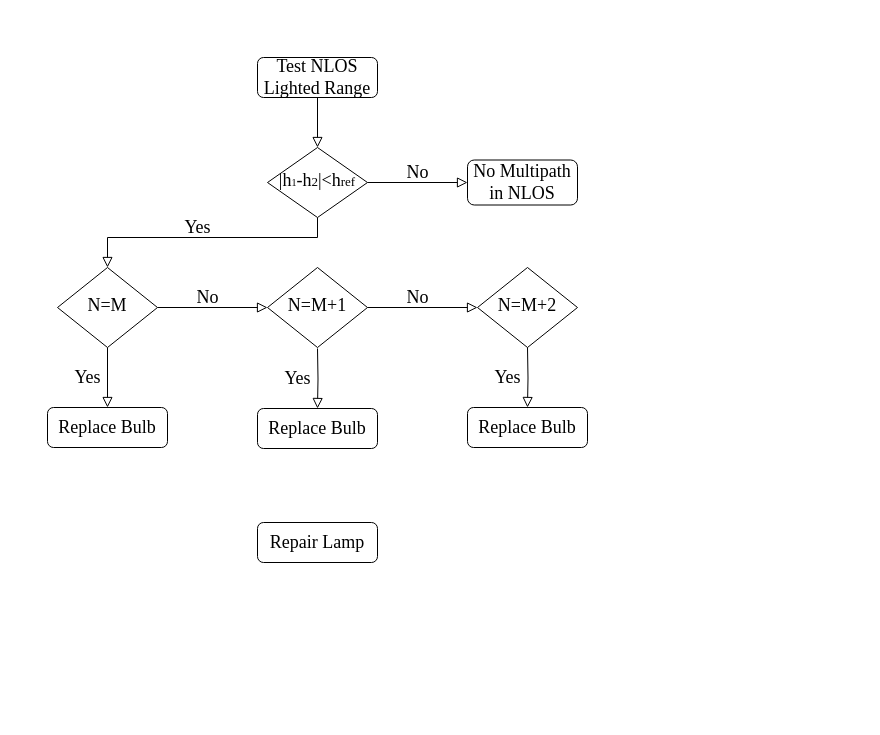
The draw.io diagram img/flowchart_for_nlos.drawio in LINYQ0591/LINYQ0591.github.io, before the edit. Source tidied: cells renumbered, new cells numbered last; positions are measured from the earlier drawing's top-left corner, leaving out a move shared by most shapes. Both pictures are drawn from the tidied source at 100%, with x=0, y=0 at pixel (47, 57).
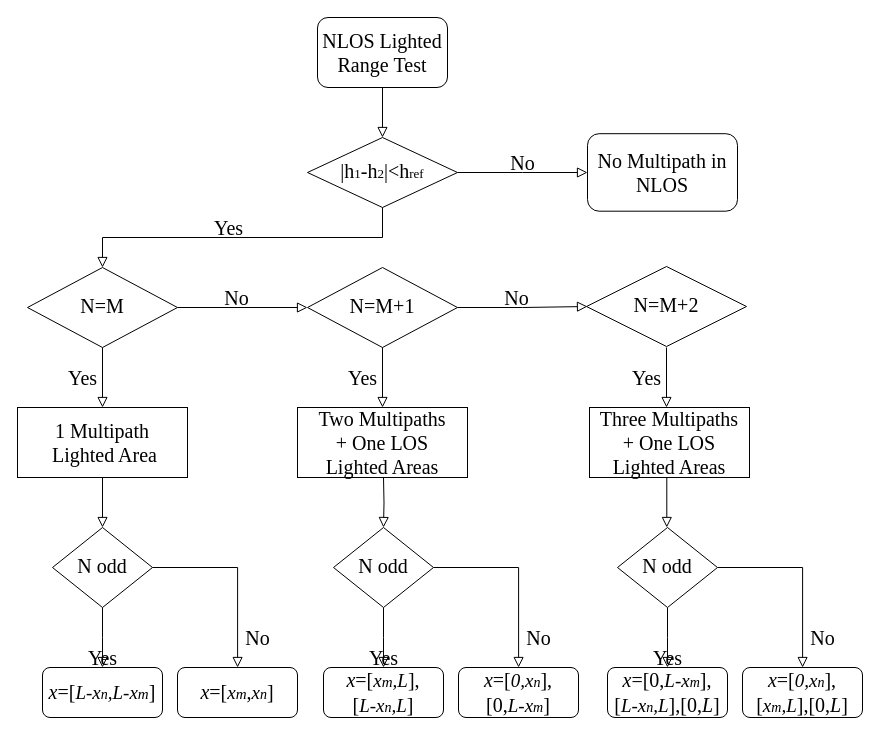
The same diagram, later.

The edit, as a diff of the source:
```diff
@@
-    <mxCell id="2" style="rounded=0;html=1;jettySize=auto;fontSize=11;endArrow=block;endFill=0;endSize=8;strokeWidth=1;shadow=0;labelBackgroundColor=none;edgeStyle=orthogonalEdgeStyle;" parent="1" edge="1" source="3" target="6">
+    <mxCell id="2" style="rounded=0;html=1;jettySize=auto;fontSize=20;endArrow=block;endFill=0;endSize=8;strokeWidth=1;shadow=0;labelBackgroundColor=none;edgeStyle=orthogonalEdgeStyle;" parent="1" edge="1" source="3" target="6">
       <mxGeometry relative="1" as="geometry" />
     </mxCell>
-    <mxCell id="3" value="&lt;font face=&quot;Times New Roman&quot; style=&quot;font-size: 18px;&quot;&gt;Test NLOS Lighted Range&lt;/font&gt;" style="rounded=1;whiteSpace=wrap;html=1;fontSize=12;glass=0;strokeWidth=1;shadow=0;" parent="1" vertex="1">
-      <mxGeometry x="210" width="120" height="40" as="geometry" />
+    <mxCell id="3" value="&lt;font face=&quot;Times New Roman&quot; style=&quot;font-size: 20px;&quot;&gt;NLOS Lighted Range&amp;nbsp;&lt;/font&gt;&lt;span style=&quot;font-family: &amp;quot;Times New Roman&amp;quot;;&quot;&gt;Test&lt;/span&gt;" style="rounded=1;whiteSpace=wrap;html=1;fontSize=20;glass=0;strokeWidth=1;shadow=0;" parent="1" vertex="1">
+      <mxGeometry x="270" y="-40" width="130" height="70" as="geometry" />
     </mxCell>
-    <mxCell id="4" value="No" style="edgeStyle=orthogonalEdgeStyle;rounded=0;html=1;jettySize=auto;fontSize=18;endArrow=block;endFill=0;endSize=8;strokeWidth=1;shadow=0;labelBackgroundColor=none;fontFamily=Times New Roman;" parent="1" edge="1" source="6" target="7">
+    <mxCell id="4" value="No" style="edgeStyle=orthogonalEdgeStyle;rounded=0;html=1;jettySize=auto;fontSize=20;endArrow=block;endFill=0;endSize=8;strokeWidth=1;shadow=0;labelBackgroundColor=none;fontFamily=Times New Roman;" parent="1" edge="1" source="6" target="7">
       <mxGeometry y="10" relative="1" as="geometry" />
     </mxCell>
-    <mxCell id="5" value="Yes" style="rounded=0;jettySize=auto;fontSize=18;endArrow=block;endFill=0;endSize=8;strokeWidth=1;shadow=0;labelBackgroundColor=none;edgeStyle=orthogonalEdgeStyle;fontFamily=Times New Roman;html=1;verticalAlign=middle;horizontal=1;" parent="1" edge="1" source="6" target="10">
+    <mxCell id="5" value="Yes" style="rounded=0;jettySize=auto;fontSize=20;endArrow=block;endFill=0;endSize=8;strokeWidth=1;shadow=0;labelBackgroundColor=none;edgeStyle=orthogonalEdgeStyle;fontFamily=Times New Roman;html=1;verticalAlign=middle;horizontal=1;entryX=0.5;entryY=0;entryDx=0;entryDy=0;" parent="1" edge="1" source="6" target="10">
       <mxGeometry x="0.08" y="-10" relative="1" as="geometry">
         <Array as="points">
-          <mxPoint x="270" y="180" />
-          <mxPoint x="60" y="180" />
+          <mxPoint x="335" y="180" />
+          <mxPoint x="55" y="180" />
         </Array>
       </mxGeometry>
     </mxCell>
-    <mxCell id="6" value="&lt;span style=&quot;font-family: &amp;quot;Times New Roman&amp;quot;; font-size: 18px;&quot;&gt;|h&lt;/span&gt;&lt;span style=&quot;font-family: &amp;quot;Times New Roman&amp;quot;;&quot;&gt;&lt;font size=&quot;1&quot;&gt;1&lt;/font&gt;&lt;/span&gt;&lt;span style=&quot;font-family: &amp;quot;Times New Roman&amp;quot;; font-size: 18px;&quot;&gt;-h&lt;/span&gt;&lt;span style=&quot;font-family: &amp;quot;Times New Roman&amp;quot;;&quot;&gt;&lt;font style=&quot;font-size: 13px;&quot;&gt;2&lt;/font&gt;&lt;/span&gt;&lt;span style=&quot;font-family: &amp;quot;Times New Roman&amp;quot;; font-size: 18px;&quot;&gt;|&amp;lt;h&lt;/span&gt;&lt;span style=&quot;font-family: &amp;quot;Times New Roman&amp;quot;;&quot;&gt;&lt;font style=&quot;font-size: 13px;&quot;&gt;ref&lt;/font&gt;&lt;/span&gt;" style="rhombus;whiteSpace=wrap;html=1;shadow=0;fontFamily=Helvetica;fontSize=12;align=center;strokeWidth=1;spacing=6;spacingTop=-4;" parent="1" vertex="1">
-      <mxGeometry x="220" y="90" width="100" height="70" as="geometry" />
+    <mxCell id="6" value="&lt;font style=&quot;&quot;&gt;&lt;span style=&quot;font-size: 20px; font-family: &amp;quot;Times New Roman&amp;quot;;&quot;&gt;|h&lt;/span&gt;&lt;span style=&quot;font-family: &amp;quot;Times New Roman&amp;quot;;&quot;&gt;&lt;font style=&quot;font-size: 13px;&quot;&gt;1&lt;/font&gt;&lt;/span&gt;&lt;span style=&quot;font-size: 20px; font-family: &amp;quot;Times New Roman&amp;quot;;&quot;&gt;-h&lt;/span&gt;&lt;span style=&quot;font-family: &amp;quot;Times New Roman&amp;quot;;&quot;&gt;&lt;font style=&quot;font-size: 13px;&quot;&gt;2&lt;/font&gt;&lt;/span&gt;&lt;span style=&quot;font-size: 20px; font-family: &amp;quot;Times New Roman&amp;quot;;&quot;&gt;|&amp;lt;h&lt;/span&gt;&lt;span style=&quot;font-family: &amp;quot;Times New Roman&amp;quot;;&quot;&gt;&lt;font style=&quot;font-size: 13px;&quot;&gt;ref&lt;/font&gt;&lt;/span&gt;&lt;/font&gt;" style="rhombus;whiteSpace=wrap;html=1;shadow=0;fontFamily=Helvetica;fontSize=12;align=center;strokeWidth=1;spacing=6;spacingTop=-4;" parent="1" vertex="1">
+      <mxGeometry x="260" y="80" width="150" height="70" as="geometry" />
     </mxCell>
-    <mxCell id="7" value="&lt;span style=&quot;font-family: &amp;quot;Times New Roman&amp;quot;; font-size: 18px;&quot;&gt;No Multipath in NLOS&lt;/span&gt;" style="rounded=1;whiteSpace=wrap;html=1;fontSize=12;glass=0;strokeWidth=1;shadow=0;" parent="1" vertex="1">
-      <mxGeometry x="420" y="102.5" width="110" height="45" as="geometry" />
+    <mxCell id="7" value="&lt;span style=&quot;font-family: &amp;quot;Times New Roman&amp;quot;; font-size: 20px;&quot;&gt;No Multipath in NLOS&lt;/span&gt;" style="rounded=1;whiteSpace=wrap;html=1;fontSize=20;glass=0;strokeWidth=1;shadow=0;" parent="1" vertex="1">
+      <mxGeometry x="540" y="76.2" width="150" height="77.5" as="geometry" />
     </mxCell>
-    <mxCell id="8" value="No" style="rounded=0;html=1;jettySize=auto;fontSize=18;endArrow=block;endFill=0;endSize=8;strokeWidth=1;shadow=0;labelBackgroundColor=none;edgeStyle=orthogonalEdgeStyle;fontFamily=Times New Roman;entryX=0;entryY=0.5;entryDx=0;entryDy=0;" parent="1" edge="1" source="10" target="13">
+    <mxCell id="8" value="No" style="rounded=0;html=1;jettySize=auto;fontSize=20;endArrow=block;endFill=0;endSize=8;strokeWidth=1;shadow=0;labelBackgroundColor=none;edgeStyle=orthogonalEdgeStyle;fontFamily=Times New Roman;entryX=0;entryY=0.5;entryDx=0;entryDy=0;" parent="1" edge="1" source="10" target="13">
       <mxGeometry x="-0.09" y="10" relative="1" as="geometry" />
     </mxCell>
-    <mxCell id="9" value="Yes" style="edgeStyle=orthogonalEdgeStyle;rounded=0;html=1;jettySize=auto;fontSize=18;endArrow=block;endFill=0;endSize=8;strokeWidth=1;shadow=0;labelBackgroundColor=none;fontFamily=Times New Roman;" parent="1" edge="1" source="10" target="12">
+    <mxCell id="9" value="Yes" style="edgeStyle=orthogonalEdgeStyle;rounded=0;html=1;jettySize=auto;fontSize=20;endArrow=block;endFill=0;endSize=8;strokeWidth=1;shadow=0;labelBackgroundColor=none;fontFamily=Times New Roman;entryX=0.5;entryY=0;entryDx=0;entryDy=0;" parent="1" edge="1" source="10" target="12">
       <mxGeometry y="-20" relative="1" as="geometry" />
     </mxCell>
-    <mxCell id="10" value="N=M" style="rhombus;whiteSpace=wrap;html=1;shadow=0;fontFamily=Times New Roman;fontSize=18;align=center;strokeWidth=1;spacing=6;spacingTop=-4;" parent="1" vertex="1">
-      <mxGeometry x="10" y="210" width="100" height="80" as="geometry" />
+    <mxCell id="10" value="N=M" style="rhombus;whiteSpace=wrap;html=1;shadow=0;fontFamily=Times New Roman;fontSize=20;align=center;strokeWidth=1;spacing=6;spacingTop=-4;" parent="1" vertex="1">
+      <mxGeometry x="-20" y="210" width="150" height="80" as="geometry" />
     </mxCell>
-    <mxCell id="11" value="Repair Lamp" style="rounded=1;whiteSpace=wrap;html=1;fontSize=18;glass=0;strokeWidth=1;shadow=0;fontFamily=Times New Roman;" parent="1" vertex="1">
-      <mxGeometry x="210" y="465" width="120" height="40" as="geometry" />
-    </mxCell>
-    <mxCell id="12" value="Replace Bulb" style="rounded=1;whiteSpace=wrap;html=1;fontSize=18;glass=0;strokeWidth=1;shadow=0;fontFamily=Times New Roman;" parent="1" vertex="1">
-      <mxGeometry y="350" width="120" height="40" as="geometry" />
+    <mxCell id="12" value="1 Multipath&lt;br style=&quot;font-size: 20px;&quot;&gt;&amp;nbsp;Lighted Area" style="rounded=0;whiteSpace=wrap;html=1;fontSize=20;glass=0;strokeWidth=1;shadow=0;fontFamily=Times New Roman;" parent="1" vertex="1">
+      <mxGeometry x="-30" y="350" width="170" height="70" as="geometry" />
     </mxCell>
-    <mxCell id="13" value="N=M+1" style="rhombus;whiteSpace=wrap;html=1;shadow=0;fontFamily=Times New Roman;fontSize=18;align=center;strokeWidth=1;spacing=6;spacingTop=-4;" parent="1" vertex="1">
-      <mxGeometry x="220" y="210" width="100" height="80" as="geometry" />
+    <mxCell id="13" value="N=M+1" style="rhombus;whiteSpace=wrap;html=1;shadow=0;fontFamily=Times New Roman;fontSize=20;align=center;strokeWidth=1;spacing=6;spacingTop=-4;" parent="1" vertex="1">
+      <mxGeometry x="260" y="210" width="150" height="80" as="geometry" />
     </mxCell>
-    <mxCell id="14" value="No" style="rounded=0;html=1;jettySize=auto;orthogonalLoop=1;fontSize=18;endArrow=block;endFill=0;endSize=8;strokeWidth=1;shadow=0;labelBackgroundColor=none;edgeStyle=orthogonalEdgeStyle;fontFamily=Times New Roman;entryX=0;entryY=0.5;entryDx=0;entryDy=0;" parent="1" edge="1">
-      <mxGeometry x="-0.09" y="10" relative="1" as="geometry">
-        <mxPoint x="320" y="250" as="sourcePoint" />
-        <mxPoint x="430" y="250" as="targetPoint" />
-      </mxGeometry>
-    </mxCell>
-    <mxCell id="15" value="N=M+2" style="rhombus;whiteSpace=wrap;html=1;shadow=0;fontFamily=Times New Roman;fontSize=18;align=center;strokeWidth=1;spacing=6;spacingTop=-4;" parent="1" vertex="1">
-      <mxGeometry x="430" y="210" width="100" height="80" as="geometry" />
+    <mxCell id="15" value="N=M+2" style="rhombus;whiteSpace=wrap;html=1;shadow=0;fontFamily=Times New Roman;fontSize=20;align=center;strokeWidth=1;spacing=6;spacingTop=-4;" parent="1" vertex="1">
+      <mxGeometry x="539" y="209" width="160" height="80" as="geometry" />
     </mxCell>
-    <mxCell id="16" value="Yes" style="edgeStyle=orthogonalEdgeStyle;rounded=0;html=1;jettySize=auto;fontSize=18;endArrow=block;endFill=0;endSize=8;strokeWidth=1;shadow=0;labelBackgroundColor=none;fontFamily=Times New Roman;" parent="1" edge="1" target="17">
+    <mxCell id="16" value="Yes" style="edgeStyle=orthogonalEdgeStyle;rounded=0;html=1;jettySize=auto;orthogonalLoop=1;fontSize=20;endArrow=block;endFill=0;endSize=8;strokeWidth=1;shadow=0;labelBackgroundColor=none;fontFamily=Times New Roman;" parent="1" edge="1">
       <mxGeometry y="-20" relative="1" as="geometry">
-        <mxPoint x="480" y="290" as="sourcePoint" />
+        <mxPoint x="619" y="290" as="sourcePoint" />
+        <mxPoint x="619" y="350" as="targetPoint" />
       </mxGeometry>
     </mxCell>
-    <mxCell id="17" value="Replace Bulb" style="rounded=1;whiteSpace=wrap;html=1;fontSize=18;glass=0;strokeWidth=1;shadow=0;fontFamily=Times New Roman;" parent="1" vertex="1">
-      <mxGeometry x="420" y="350" width="120" height="40" as="geometry" />
-    </mxCell>
-    <mxCell id="18" value="Yes" style="edgeStyle=orthogonalEdgeStyle;rounded=0;html=1;jettySize=auto;fontSize=18;endArrow=block;endFill=0;endSize=8;strokeWidth=1;shadow=0;labelBackgroundColor=none;fontFamily=Times New Roman;" parent="1" edge="1" target="19">
+    <mxCell id="18" value="Yes" style="edgeStyle=orthogonalEdgeStyle;rounded=0;html=1;jettySize=auto;fontSize=20;endArrow=block;endFill=0;endSize=8;strokeWidth=1;shadow=0;labelBackgroundColor=none;fontFamily=Times New Roman;exitX=0.5;exitY=1;exitDx=0;exitDy=0;" parent="1" edge="1" source="13">
       <mxGeometry y="-20" relative="1" as="geometry">
-        <mxPoint x="270" y="291" as="sourcePoint" />
+        <mxPoint x="335" y="350" as="targetPoint" />
+        <Array as="points">
+          <mxPoint x="335" y="350" />
+          <mxPoint x="335" y="350" />
+        </Array>
       </mxGeometry>
     </mxCell>
-    <mxCell id="19" value="Replace Bulb" style="rounded=1;whiteSpace=wrap;html=1;fontSize=18;glass=0;strokeWidth=1;shadow=0;fontFamily=Times New Roman;" parent="1" vertex="1">
-      <mxGeometry x="210" y="351" width="120" height="40" as="geometry" />
-    </mxCell>
+    <mxCell id="20" value="No" style="rounded=0;html=1;jettySize=auto;fontSize=20;endArrow=block;endFill=0;endSize=8;strokeWidth=1;shadow=0;labelBackgroundColor=none;edgeStyle=orthogonalEdgeStyle;fontFamily=Times New Roman;" parent="1" edge="1" source="22">
+      <mxGeometry x="0.68" y="20" relative="1" as="geometry">
+        <mxPoint x="190.1" y="610" as="targetPoint" />
+        <Array as="points">
+          <mxPoint x="190" y="510" />
+        </Array>
+      </mxGeometry>
+    </mxCell>
+    <mxCell id="21" value="Yes" style="edgeStyle=orthogonalEdgeStyle;rounded=0;html=1;jettySize=auto;fontSize=20;endArrow=block;endFill=0;endSize=8;strokeWidth=1;shadow=0;labelBackgroundColor=none;fontFamily=Times New Roman;" parent="1" edge="1" source="22">
+      <mxGeometry y="-20" relative="1" as="geometry">
+        <mxPoint x="55" y="610" as="targetPoint" />
+      </mxGeometry>
+    </mxCell>
+    <mxCell id="22" value="N odd" style="rhombus;whiteSpace=wrap;html=1;shadow=0;fontFamily=Times New Roman;fontSize=20;align=center;strokeWidth=1;spacing=6;spacingTop=-4;" parent="1" vertex="1">
+      <mxGeometry x="5" y="470" width="100" height="80" as="geometry" />
+    </mxCell>
+    <mxCell id="23" style="rounded=0;html=1;jettySize=auto;fontSize=20;endArrow=block;endFill=0;endSize=8;strokeWidth=1;shadow=0;labelBackgroundColor=none;edgeStyle=orthogonalEdgeStyle;entryX=0.5;entryY=0;entryDx=0;entryDy=0;" parent="1" edge="1" source="12" target="22">
+      <mxGeometry relative="1" as="geometry" />
+    </mxCell>
+    <mxCell id="24" value="Two Multipaths&lt;br style=&quot;font-size: 20px;&quot;&gt;&amp;nbsp;+ One LOS&amp;nbsp;&lt;br&gt;Lighted Areas" style="rounded=0;whiteSpace=wrap;html=1;fontSize=20;glass=0;strokeWidth=1;shadow=0;fontFamily=Times New Roman;" parent="1" vertex="1">
+      <mxGeometry x="250" y="350" width="170" height="70" as="geometry" />
+    </mxCell>
+    <mxCell id="25" value="Three Multipaths&lt;br&gt;&amp;nbsp;+ One LOS&amp;nbsp;&lt;br&gt;Lighted Areas" style="rounded=0;whiteSpace=wrap;html=1;fontSize=20;glass=0;strokeWidth=1;shadow=0;fontFamily=Times New Roman;" parent="1" vertex="1">
+      <mxGeometry x="542" y="350" width="160" height="70" as="geometry" />
+    </mxCell>
+    <mxCell id="26" value="&lt;i&gt;x&lt;/i&gt;=[&lt;i style=&quot;&quot;&gt;&lt;span style=&quot;font-size: 19px;&quot;&gt;L-x&lt;/span&gt;&lt;font style=&quot;font-size: 14px;&quot;&gt;n&lt;/font&gt;&lt;span style=&quot;font-size: 19px;&quot;&gt;,L-x&lt;/span&gt;&lt;font style=&quot;font-size: 15px;&quot;&gt;m&lt;/font&gt;&lt;/i&gt;]" style="rounded=1;whiteSpace=wrap;html=1;fontSize=20;glass=0;strokeWidth=1;shadow=0;fontFamily=Times New Roman;" parent="1" vertex="1">
+      <mxGeometry x="-5" y="610" width="120" height="50" as="geometry" />
+    </mxCell>
+    <mxCell id="27" value="No" style="rounded=0;html=1;jettySize=auto;fontSize=20;endArrow=block;endFill=0;endSize=8;strokeWidth=1;shadow=0;labelBackgroundColor=none;edgeStyle=orthogonalEdgeStyle;fontFamily=Times New Roman;exitX=1;exitY=0.5;exitDx=0;exitDy=0;" parent="1" edge="1" source="13">
+      <mxGeometry x="-0.09" y="10" relative="1" as="geometry">
+        <mxPoint x="540" y="249" as="targetPoint" />
+      </mxGeometry>
+    </mxCell>
+    <mxCell id="28" value="&lt;i&gt;x&lt;/i&gt;=[&lt;i style=&quot;&quot;&gt;&lt;span style=&quot;font-size: 19px;&quot;&gt;x&lt;/span&gt;&lt;font style=&quot;font-size: 15px;&quot;&gt;m&lt;/font&gt;&lt;/i&gt;,&lt;i&gt;&lt;span style=&quot;font-size: 19px;&quot;&gt;x&lt;/span&gt;&lt;font style=&quot;font-size: 14px;&quot;&gt;n&lt;/font&gt;&lt;/i&gt;]" style="rounded=1;whiteSpace=wrap;html=1;fontSize=20;glass=0;strokeWidth=1;shadow=0;fontFamily=Times New Roman;" parent="1" vertex="1">
+      <mxGeometry x="130" y="610" width="120" height="50" as="geometry" />
+    </mxCell>
+    <mxCell id="29" value="No" style="rounded=0;html=1;jettySize=auto;fontSize=20;endArrow=block;endFill=0;endSize=8;strokeWidth=1;shadow=0;labelBackgroundColor=none;edgeStyle=orthogonalEdgeStyle;fontFamily=Times New Roman;" parent="1" edge="1" source="31">
+      <mxGeometry x="0.68" y="20" relative="1" as="geometry">
+        <mxPoint x="471.1" y="610" as="targetPoint" />
+        <Array as="points">
+          <mxPoint x="471" y="510" />
+        </Array>
+      </mxGeometry>
+    </mxCell>
+    <mxCell id="30" value="Yes" style="edgeStyle=orthogonalEdgeStyle;rounded=0;html=1;jettySize=auto;fontSize=20;endArrow=block;endFill=0;endSize=8;strokeWidth=1;shadow=0;labelBackgroundColor=none;fontFamily=Times New Roman;" parent="1" edge="1" source="31">
+      <mxGeometry y="-20" relative="1" as="geometry">
+        <mxPoint x="336" y="610" as="targetPoint" />
+      </mxGeometry>
+    </mxCell>
+    <mxCell id="31" value="N odd" style="rhombus;whiteSpace=wrap;html=1;shadow=0;fontFamily=Times New Roman;fontSize=20;align=center;strokeWidth=1;spacing=6;spacingTop=-4;" parent="1" vertex="1">
+      <mxGeometry x="286" y="470" width="100" height="80" as="geometry" />
+    </mxCell>
+    <mxCell id="32" style="rounded=0;html=1;jettySize=auto;fontSize=20;endArrow=block;endFill=0;endSize=8;strokeWidth=1;shadow=0;labelBackgroundColor=none;edgeStyle=orthogonalEdgeStyle;entryX=0.5;entryY=0;entryDx=0;entryDy=0;" parent="1" edge="1" target="31">
+      <mxGeometry relative="1" as="geometry">
+        <mxPoint x="336" y="420" as="sourcePoint" />
+      </mxGeometry>
+    </mxCell>
+    <mxCell id="33" value="&lt;i&gt;x&lt;/i&gt;=[&lt;i&gt;&lt;span style=&quot;font-size: 19px;&quot;&gt;x&lt;/span&gt;&lt;font style=&quot;font-size: 15px;&quot;&gt;m&lt;/font&gt;&lt;/i&gt;&lt;i&gt;&lt;span style=&quot;font-size: 19px;&quot;&gt;,L&lt;/span&gt;&lt;/i&gt;],&lt;br&gt;[&lt;i&gt;&lt;span style=&quot;font-size: 19px;&quot;&gt;L-x&lt;/span&gt;&lt;font style=&quot;font-size: 14px;&quot;&gt;n&lt;/font&gt;&lt;span style=&quot;font-size: 19px;&quot;&gt;,L&lt;/span&gt;&lt;/i&gt;]" style="rounded=1;whiteSpace=wrap;html=1;fontSize=20;glass=0;strokeWidth=1;shadow=0;fontFamily=Times New Roman;" parent="1" vertex="1">
+      <mxGeometry x="276" y="610" width="120" height="50" as="geometry" />
+    </mxCell>
+    <mxCell id="34" value="&lt;i&gt;x&lt;/i&gt;=[&lt;span style=&quot;font-size: 19px;&quot;&gt;&lt;i&gt;0,&lt;/i&gt;&lt;/span&gt;&lt;i&gt;&lt;span style=&quot;font-size: 19px;&quot;&gt;x&lt;/span&gt;&lt;font style=&quot;font-size: 14px;&quot;&gt;n&lt;/font&gt;&lt;/i&gt;],&lt;br&gt;[0,&lt;i&gt;&lt;span style=&quot;font-size: 19px;&quot;&gt;L-x&lt;/span&gt;&lt;span style=&quot;font-size: 14px;&quot;&gt;m&lt;/span&gt;&lt;/i&gt;]" style="rounded=1;whiteSpace=wrap;html=1;fontSize=20;glass=0;strokeWidth=1;shadow=0;fontFamily=Times New Roman;" parent="1" vertex="1">
+      <mxGeometry x="411" y="610" width="120" height="50" as="geometry" />
+    </mxCell>
+    <mxCell id="35" value="No" style="rounded=0;html=1;jettySize=auto;fontSize=20;endArrow=block;endFill=0;endSize=8;strokeWidth=1;shadow=0;labelBackgroundColor=none;edgeStyle=orthogonalEdgeStyle;fontFamily=Times New Roman;" parent="1" edge="1" source="37">
+      <mxGeometry x="0.68" y="20" relative="1" as="geometry">
+        <mxPoint x="755.1" y="610" as="targetPoint" />
+        <Array as="points">
+          <mxPoint x="755" y="510" />
+        </Array>
+      </mxGeometry>
+    </mxCell>
+    <mxCell id="36" value="Yes" style="edgeStyle=orthogonalEdgeStyle;rounded=0;html=1;jettySize=auto;fontSize=20;endArrow=block;endFill=0;endSize=8;strokeWidth=1;shadow=0;labelBackgroundColor=none;fontFamily=Times New Roman;" parent="1" edge="1" source="37">
+      <mxGeometry y="-20" relative="1" as="geometry">
+        <mxPoint x="620" y="610" as="targetPoint" />
+      </mxGeometry>
+    </mxCell>
+    <mxCell id="37" value="N odd" style="rhombus;whiteSpace=wrap;html=1;shadow=0;fontFamily=Times New Roman;fontSize=20;align=center;strokeWidth=1;spacing=6;spacingTop=-4;" parent="1" vertex="1">
+      <mxGeometry x="570" y="470" width="100" height="80" as="geometry" />
+    </mxCell>
+    <mxCell id="38" value="&lt;i&gt;x&lt;/i&gt;=[0,&lt;i&gt;&lt;span style=&quot;font-size: 19px;&quot;&gt;L-x&lt;/span&gt;&lt;span style=&quot;font-size: 14px;&quot;&gt;m&lt;/span&gt;&lt;/i&gt;],&lt;br&gt;[&lt;i&gt;&lt;span style=&quot;font-size: 19px;&quot;&gt;L-x&lt;/span&gt;&lt;font style=&quot;font-size: 14px;&quot;&gt;n&lt;/font&gt;&lt;span style=&quot;font-size: 19px;&quot;&gt;,L&lt;/span&gt;&lt;/i&gt;],[0,&lt;i&gt;L&lt;/i&gt;]" style="rounded=1;whiteSpace=wrap;html=1;fontSize=20;glass=0;strokeWidth=1;shadow=0;fontFamily=Times New Roman;" parent="1" vertex="1">
+      <mxGeometry x="560" y="610" width="120" height="50" as="geometry" />
+    </mxCell>
+    <mxCell id="39" value="&lt;i&gt;x&lt;/i&gt;=[&lt;span style=&quot;font-size: 19px;&quot;&gt;&lt;i&gt;0,&lt;/i&gt;&lt;/span&gt;&lt;i&gt;&lt;span style=&quot;font-size: 19px;&quot;&gt;x&lt;/span&gt;&lt;font style=&quot;font-size: 14px;&quot;&gt;n&lt;/font&gt;&lt;/i&gt;],&lt;br&gt;[&lt;i&gt;&lt;span style=&quot;font-size: 19px;&quot;&gt;x&lt;/span&gt;&lt;span style=&quot;font-size: 14px;&quot;&gt;m&lt;/span&gt;&lt;span style=&quot;font-size: 19px;&quot;&gt;,L&lt;/span&gt;&lt;/i&gt;],[0,&lt;i&gt;L&lt;/i&gt;]" style="rounded=1;whiteSpace=wrap;html=1;fontSize=20;glass=0;strokeWidth=1;shadow=0;fontFamily=Times New Roman;" parent="1" vertex="1">
+      <mxGeometry x="695" y="610" width="120" height="50" as="geometry" />
+    </mxCell>
+    <mxCell id="40" style="rounded=0;html=1;jettySize=auto;orthogonalLoop=1;fontSize=20;endArrow=block;endFill=0;endSize=8;strokeWidth=1;shadow=0;labelBackgroundColor=none;edgeStyle=orthogonalEdgeStyle;entryX=0.5;entryY=0;entryDx=0;entryDy=0;" parent="1" edge="1">
+      <mxGeometry relative="1" as="geometry">
+        <mxPoint x="619.3" y="420" as="sourcePoint" />
+        <mxPoint x="619.3" y="470" as="targetPoint" />
+      </mxGeometry>
+    </mxCell>
```
